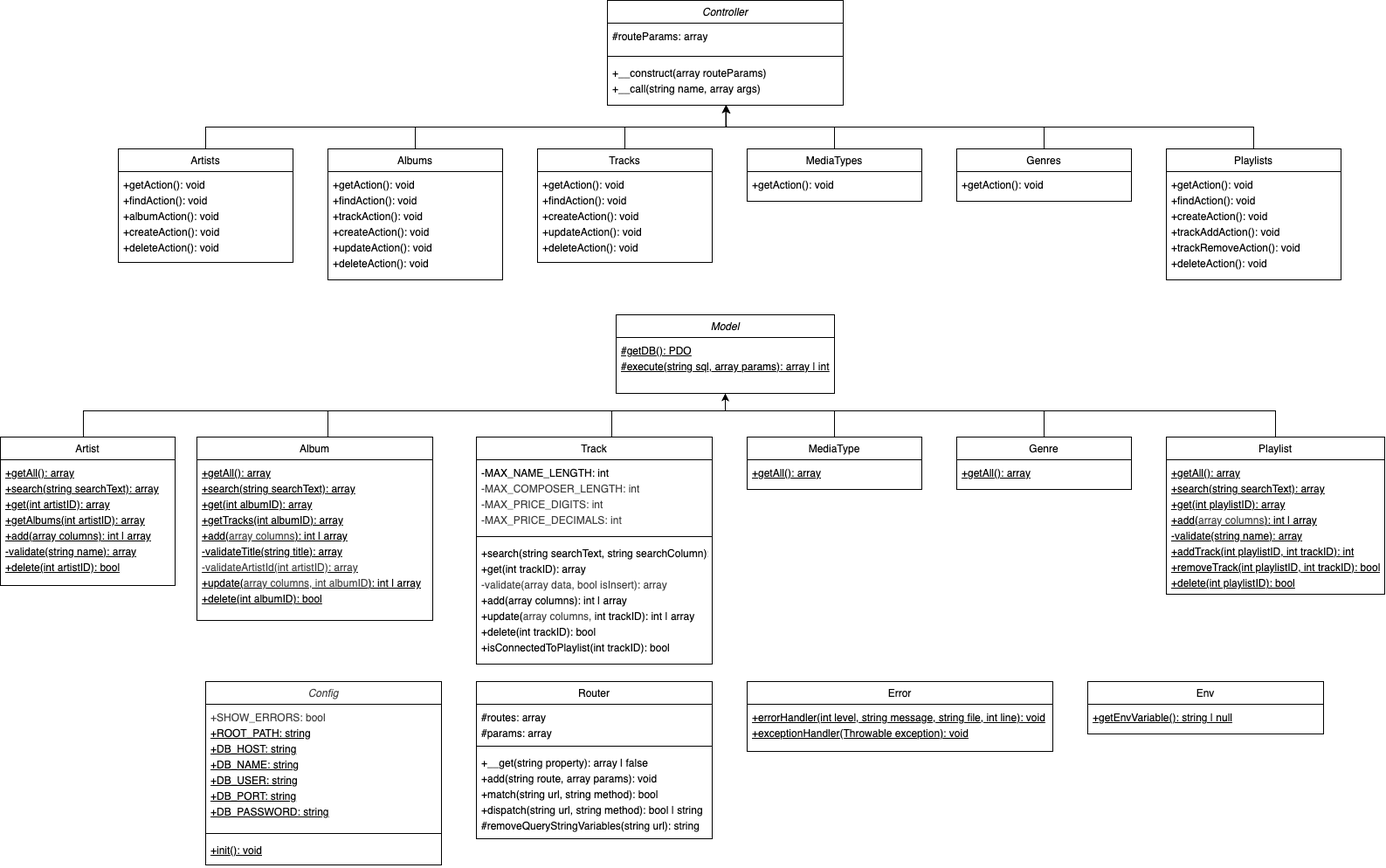
Before: documentation/class_diagrams.drawio.png, a diagram exported from draw.io (FrejaFischer/music_storage). Source tidied: cells renumbered, new cells last; positions are measured from the earlier drawing's top-left corner, leaving out a move shared by most shapes.
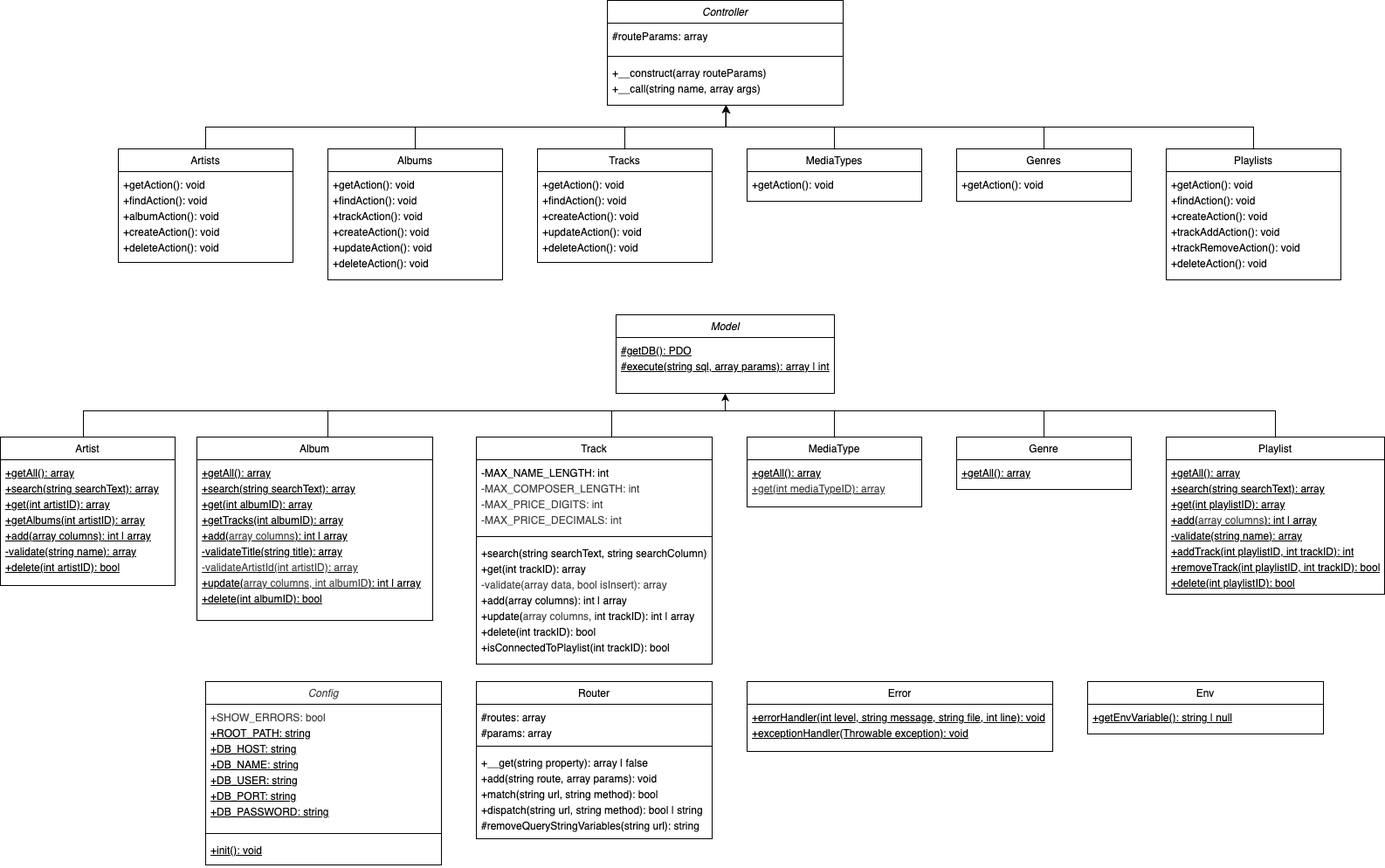
The same diagram one commit later.

Change to the diagram source:
```diff
@@ -69,10 +69,10 @@
       </mxGeometry>
     </mxCell>
     <mxCell id="17" value="MediaType" style="swimlane;fontStyle=0;align=center;verticalAlign=top;horizontal=1;startSize=26;rounded=0;shadow=0;strokeWidth=1;" parent="1" vertex="1">
-      <mxGeometry x="855" y="500" width="200" height="60" as="geometry" />
+      <mxGeometry x="855" y="500" width="200" height="80" as="geometry" />
     </mxCell>
-    <mxCell id="18" value="&lt;div style=&quot;line-height: 150%;&quot;&gt;+getAll(): array&lt;br&gt;&lt;/div&gt;" style="text;align=left;verticalAlign=top;spacingLeft=4;spacingRight=4;overflow=hidden;fontStyle=4;spacingTop=0;spacing=2;html=1;" parent="17" vertex="1">
-      <mxGeometry y="26" width="200" height="34" as="geometry" />
+    <mxCell id="18" value="&lt;div style=&quot;line-height: 150%;&quot;&gt;+getAll(): array&lt;br&gt;&lt;/div&gt;&lt;div style=&quot;line-height: 150%;&quot;&gt;&lt;span style=&quot;color: rgb(63, 63, 63);&quot;&gt;+get(int mediaTypeID): array&lt;/span&gt;&lt;/div&gt;" style="text;align=left;verticalAlign=top;spacingLeft=4;spacingRight=4;overflow=hidden;fontStyle=4;spacingTop=0;spacing=2;html=1;" parent="17" vertex="1">
+      <mxGeometry y="26" width="200" height="54" as="geometry" />
     </mxCell>
     <mxCell id="19" value="MediaTypes" style="swimlane;fontStyle=0;align=center;verticalAlign=top;horizontal=1;startSize=26;rounded=0;shadow=0;strokeWidth=1;" parent="1" vertex="1">
       <mxGeometry x="855" y="170" width="200" height="60" as="geometry" />
```
